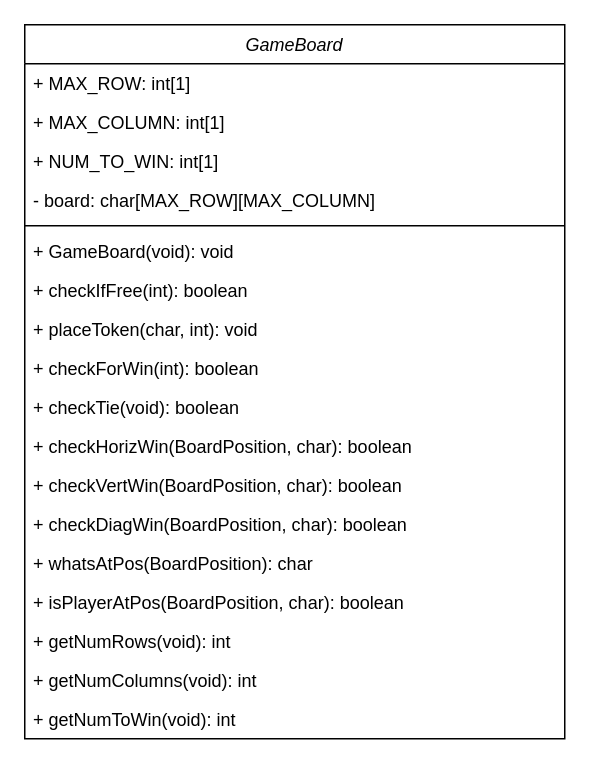
Above: DRAW_IO/GameBoard.drawio in c-tollison/extendedConnectX (draw.io), before the change. Source tidied: cells renumbered, new cells numbered last; positions are measured from the earlier drawing's top-left corner, leaving out a move shared by most shapes. Both pictures are drawn from the tidied source at 150%, with x=0, y=0 at pixel (24, 24).
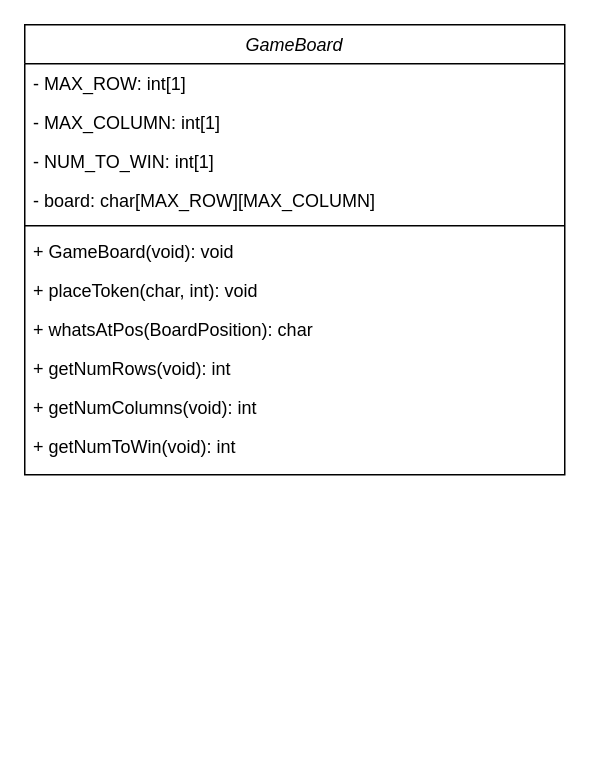
After the change.

Change to the diagram source:
```diff
@@
     <mxCell id="2" value="GameBoard" style="swimlane;fontStyle=2;align=center;verticalAlign=top;horizontal=1;startSize=26;rounded=0;shadow=0;strokeWidth=1;" parent="1" vertex="1">
-      <mxGeometry width="360" height="476" as="geometry" />
+      <mxGeometry width="360" height="300" as="geometry" />
     </mxCell>
-    <mxCell id="3" value="+ MAX_ROW: int[1] " style="text;align=left;verticalAlign=top;spacingLeft=4;spacingRight=4;overflow=hidden;" parent="2" vertex="1">
+    <mxCell id="3" value="- MAX_ROW: int[1] " style="text;align=left;verticalAlign=top;spacingLeft=4;spacingRight=4;overflow=hidden;" parent="2" vertex="1">
       <mxGeometry y="26" width="360" height="26" as="geometry" />
     </mxCell>
-    <mxCell id="4" value="+ MAX_COLUMN: int[1] " style="text;align=left;verticalAlign=top;spacingLeft=4;spacingRight=4;overflow=hidden;" parent="2" vertex="1">
+    <mxCell id="4" value="- MAX_COLUMN: int[1] " style="text;align=left;verticalAlign=top;spacingLeft=4;spacingRight=4;overflow=hidden;" parent="2" vertex="1">
       <mxGeometry y="52" width="360" height="26" as="geometry" />
     </mxCell>
-    <mxCell id="5" value="+ NUM_TO_WIN: int[1]" style="text;align=left;verticalAlign=top;spacingLeft=4;spacingRight=4;overflow=hidden;" parent="2" vertex="1">
+    <mxCell id="5" value="- NUM_TO_WIN: int[1]" style="text;align=left;verticalAlign=top;spacingLeft=4;spacingRight=4;overflow=hidden;" parent="2" vertex="1">
       <mxGeometry y="78" width="360" height="26" as="geometry" />
     </mxCell>
@@
-    <mxCell id="9" value="+ checkIfFree(int): boolean" style="text;align=left;verticalAlign=top;spacingLeft=4;spacingRight=4;overflow=hidden;" parent="2" vertex="1">
-      <mxGeometry y="164" width="360" height="26" as="geometry" />
-    </mxCell>
     <mxCell id="10" value="+ placeToken(char, int): void" style="text;align=left;verticalAlign=top;spacingLeft=4;spacingRight=4;overflow=hidden;" parent="2" vertex="1">
-      <mxGeometry y="190" width="360" height="26" as="geometry" />
+      <mxGeometry y="164" width="360" height="26" as="geometry" />
     </mxCell>
-    <mxCell id="11" value="+ checkForWin(int): boolean" style="text;align=left;verticalAlign=top;spacingLeft=4;spacingRight=4;overflow=hidden;" parent="2" vertex="1">
-      <mxGeometry y="216" width="360" height="26" as="geometry" />
-    </mxCell>
-    <mxCell id="12" value="+ checkTie(void): boolean" style="text;align=left;verticalAlign=top;spacingLeft=4;spacingRight=4;overflow=hidden;" parent="2" vertex="1">
-      <mxGeometry y="242" width="360" height="26" as="geometry" />
-    </mxCell>
-    <mxCell id="13" value="+ checkHorizWin(BoardPosition, char): boolean" style="text;align=left;verticalAlign=top;spacingLeft=4;spacingRight=4;overflow=hidden;" parent="2" vertex="1">
-      <mxGeometry y="268" width="360" height="26" as="geometry" />
-    </mxCell>
-    <mxCell id="14" value="+ checkVertWin(BoardPosition, char): boolean" style="text;align=left;verticalAlign=top;spacingLeft=4;spacingRight=4;overflow=hidden;" parent="2" vertex="1">
-      <mxGeometry y="294" width="360" height="26" as="geometry" />
-    </mxCell>
-    <mxCell id="15" value="+ checkDiagWin(BoardPosition, char): boolean" style="text;align=left;verticalAlign=top;spacingLeft=4;spacingRight=4;overflow=hidden;" parent="2" vertex="1">
-      <mxGeometry y="320" width="360" height="26" as="geometry" />
-    </mxCell>
     <mxCell id="16" value="+ whatsAtPos(BoardPosition): char" style="text;align=left;verticalAlign=top;spacingLeft=4;spacingRight=4;overflow=hidden;" parent="2" vertex="1">
-      <mxGeometry y="346" width="360" height="26" as="geometry" />
+      <mxGeometry y="190" width="360" height="26" as="geometry" />
     </mxCell>
-    <mxCell id="17" value="+ isPlayerAtPos(BoardPosition, char): boolean" style="text;align=left;verticalAlign=top;spacingLeft=4;spacingRight=4;overflow=hidden;" parent="2" vertex="1">
-      <mxGeometry y="372" width="360" height="26" as="geometry" />
-    </mxCell>
     <mxCell id="18" value="+ getNumRows(void): int" style="text;align=left;verticalAlign=top;spacingLeft=4;spacingRight=4;overflow=hidden;" parent="2" vertex="1">
-      <mxGeometry y="398" width="360" height="26" as="geometry" />
+      <mxGeometry y="216" width="360" height="26" as="geometry" />
     </mxCell>
     <mxCell id="19" value="+ getNumColumns(void): int" style="text;align=left;verticalAlign=top;spacingLeft=4;spacingRight=4;overflow=hidden;" parent="2" vertex="1">
-      <mxGeometry y="424" width="360" height="26" as="geometry" />
+      <mxGeometry y="242" width="360" height="26" as="geometry" />
     </mxCell>
     <mxCell id="20" value="+ getNumToWin(void): int" style="text;align=left;verticalAlign=top;spacingLeft=4;spacingRight=4;overflow=hidden;" parent="2" vertex="1">
-      <mxGeometry y="450" width="360" height="26" as="geometry" />
+      <mxGeometry y="268" width="360" height="26" as="geometry" />
     </mxCell>
```
